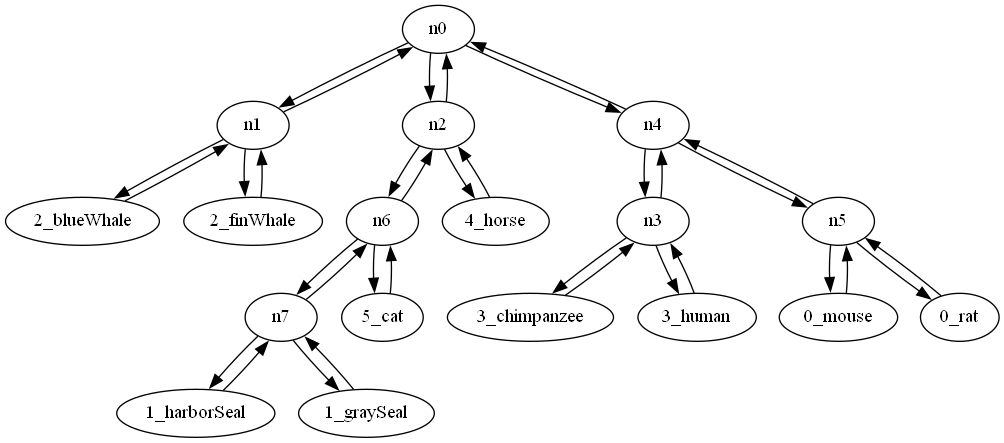
Above: doctest-output/round-table.gv.png in diogoazevedo15/zgli-showcase (Graphviz), before the change. Its source is kept beside it as doctest-output/round-table.gv.
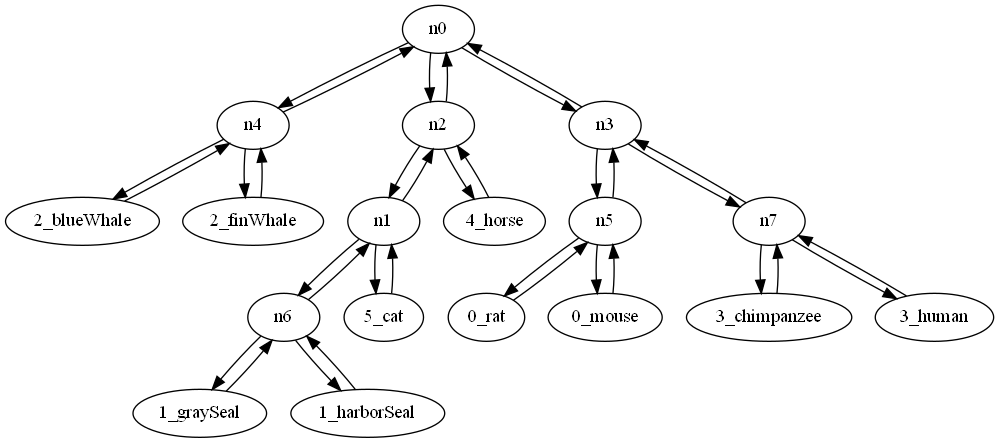
After the change.

Change to the diagram source:
```diff
@@ -1,54 +1,54 @@
 digraph "round-table" {
 	n0 [label=n0]
-	n0 -> n1
+	n0 -> n4
 	n0 -> n2
-	n0 -> n4
+	n0 -> n3
 	n1 [label=n1]
-	n1 -> n0
-	n1 -> "2_blueWhale"
-	n1 -> "2_finWhale"
+	n1 -> n2
+	n1 -> n6
+	n1 -> "5_cat"
 	n2 [label=n2]
+	n2 -> n1
 	n2 -> n0
-	n2 -> n6
 	n2 -> "4_horse"
 	n3 [label=n3]
-	n3 -> n4
-	n3 -> "3_chimpanzee"
-	n3 -> "3_human"
+	n3 -> n5
+	n3 -> n0
+	n3 -> n7
 	n4 [label=n4]
-	n4 -> n5
 	n4 -> n0
-	n4 -> n3
+	n4 -> "2_blueWhale"
+	n4 -> "2_finWhale"
 	n5 [label=n5]
-	n5 -> n4
+	n5 -> n3
+	n5 -> "0_rat"
 	n5 -> "0_mouse"
-	n5 -> "0_rat"
 	n6 [label=n6]
-	n6 -> n2
-	n6 -> n7
-	n6 -> "5_cat"
+	n6 -> n1
+	n6 -> "1_graySeal"
+	n6 -> "1_harborSeal"
 	n7 [label=n7]
-	n7 -> n6
-	n7 -> "1_harborSeal"
-	n7 -> "1_graySeal"
+	n7 -> n3
+	n7 -> "3_chimpanzee"
+	n7 -> "3_human"
+	"0_rat" [label="0_rat"]
+	"0_rat" -> n5
+	"1_graySeal" [label="1_graySeal"]
+	"1_graySeal" -> n6
+	"2_blueWhale" [label="2_blueWhale"]
+	"2_blueWhale" -> n4
+	"2_finWhale" [label="2_finWhale"]
+	"2_finWhale" -> n4
+	"4_horse" [label="4_horse"]
+	"4_horse" -> n2
+	"3_chimpanzee" [label="3_chimpanzee"]
+	"3_chimpanzee" -> n7
+	"5_cat" [label="5_cat"]
+	"5_cat" -> n1
 	"1_harborSeal" [label="1_harborSeal"]
-	"1_harborSeal" -> n7
-	"3_chimpanzee" [label="3_chimpanzee"]
-	"3_chimpanzee" -> n3
+	"1_harborSeal" -> n6
+	"3_human" [label="3_human"]
+	"3_human" -> n7
 	"0_mouse" [label="0_mouse"]
 	"0_mouse" -> n5
-	"2_blueWhale" [label="2_blueWhale"]
-	"2_blueWhale" -> n1
-	"0_rat" [label="0_rat"]
-	"0_rat" -> n5
-	"2_finWhale" [label="2_finWhale"]
-	"2_finWhale" -> n1
-	"3_human" [label="3_human"]
-	"3_human" -> n3
-	"1_graySeal" [label="1_graySeal"]
-	"1_graySeal" -> n7
-	"5_cat" [label="5_cat"]
-	"5_cat" -> n6
-	"4_horse" [label="4_horse"]
-	"4_horse" -> n2
 }
```
